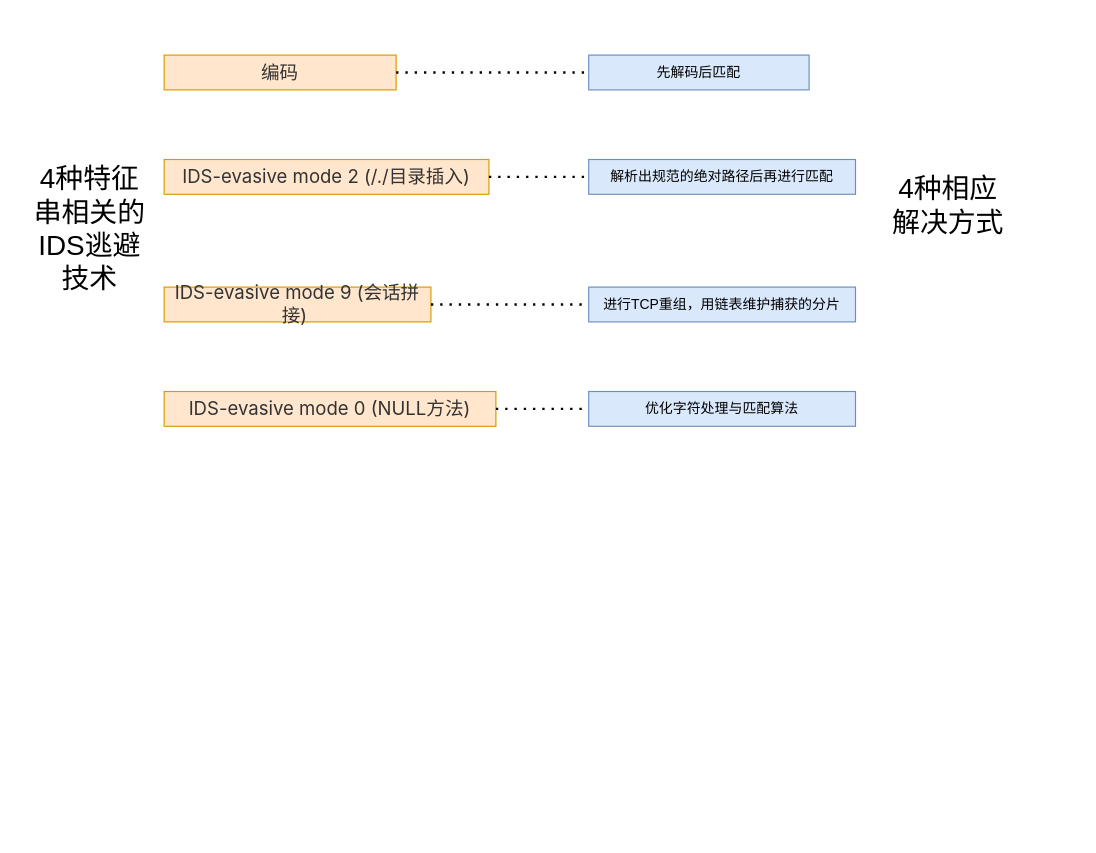
Above: IDS大作业.drawio in AAAdrift/PatternDetection (draw.io), before the change. Source tidied: cells renumbered, new cells numbered last; positions are measured from the earlier drawing's top-left corner, leaving out a move shared by most shapes. Both pictures are drawn from the tidied source at 116%, with x=0, y=0 at pixel (31, 43).
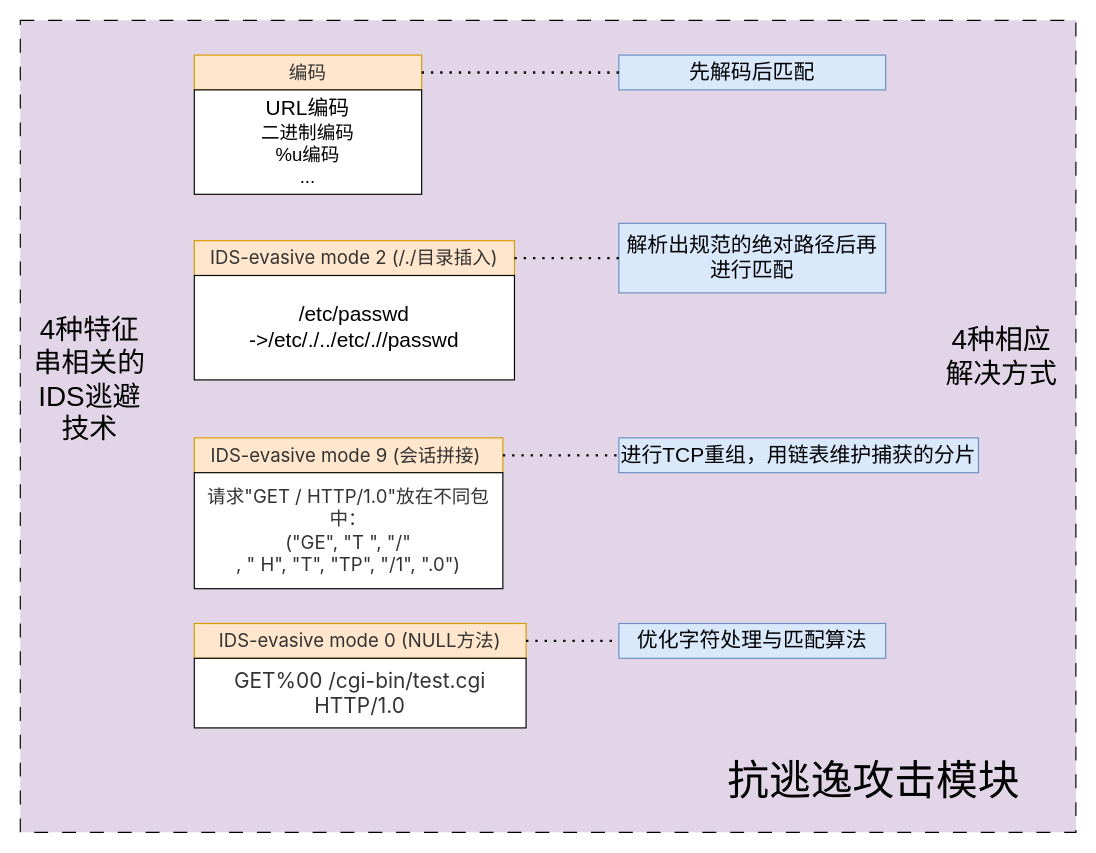
After the change.

Commit message (it also covers changes not shown here):
更新IDS大作业.drawio

The edit, as a diff of the source:
```diff
@@
+    <mxCell id="16" style="rounded=0;whiteSpace=wrap;html=1;fillColor=#e1d5e7;strokeColor=default;dashed=1;dashPattern=12 12;" parent="1" vertex="1">
+      <mxGeometry x="-10" y="-20" width="910" height="700" as="geometry" />
+    </mxCell>
     <mxCell id="2" value="&lt;span style=&quot;color: rgb(51, 51, 51); font-family: -apple-system, BlinkMacSystemFont, &amp;quot;Helvetica Neue&amp;quot;, Helvetica, &amp;quot;Segoe UI&amp;quot;, Arial, Roboto, &amp;quot;PingFang SC&amp;quot;, &amp;quot;Hiragino Sans GB&amp;quot;, &amp;quot;Microsoft Yahei&amp;quot;, sans-serif; font-size: 16px; text-align: start;&quot;&gt;IDS-evasive mode 2 (/./目录插入)&lt;/span&gt;" style="rounded=0;whiteSpace=wrap;html=1;fillColor=#ffe6cc;strokeColor=#d79b00;" parent="1" vertex="1">
-      <mxGeometry x="114" y="100" width="280" height="30" as="geometry" />
+      <mxGeometry x="140" y="170" width="276" height="30" as="geometry" />
     </mxCell>
     <mxCell id="3" value="&lt;span style=&quot;color: rgb(51, 51, 51); font-family: -apple-system, BlinkMacSystemFont, &amp;quot;Helvetica Neue&amp;quot;, Helvetica, &amp;quot;Segoe UI&amp;quot;, Arial, Roboto, &amp;quot;PingFang SC&amp;quot;, &amp;quot;Hiragino Sans GB&amp;quot;, &amp;quot;Microsoft Yahei&amp;quot;, sans-serif; font-size: 16px; text-align: start;&quot;&gt;编码&lt;/span&gt;" style="rounded=0;whiteSpace=wrap;html=1;fillColor=#ffe6cc;strokeColor=#d79b00;" parent="1" vertex="1">
-      <mxGeometry x="114" y="10" width="200" height="30" as="geometry" />
+      <mxGeometry x="140" y="10" width="196" height="30" as="geometry" />
     </mxCell>
     <mxCell id="4" value="&lt;span style=&quot;color: rgb(51, 51, 51); font-family: -apple-system, BlinkMacSystemFont, &amp;quot;Helvetica Neue&amp;quot;, Helvetica, &amp;quot;Segoe UI&amp;quot;, Arial, Roboto, &amp;quot;PingFang SC&amp;quot;, &amp;quot;Hiragino Sans GB&amp;quot;, &amp;quot;Microsoft Yahei&amp;quot;, sans-serif; font-size: 16px; text-align: start;&quot;&gt;IDS-evasive mode 9 (会话拼接)&amp;nbsp;&lt;/span&gt;" style="rounded=0;whiteSpace=wrap;html=1;fillColor=#ffe6cc;strokeColor=#d79b00;" parent="1" vertex="1">
-      <mxGeometry x="114" y="210" width="230" height="30" as="geometry" />
+      <mxGeometry x="140" y="340" width="266" height="30" as="geometry" />
     </mxCell>
     <mxCell id="5" value="&lt;font style=&quot;font-size: 24px;&quot;&gt;4种特征串相关的IDS逃避技术&lt;/font&gt;" style="text;html=1;align=center;verticalAlign=middle;whiteSpace=wrap;rounded=0;" parent="1" vertex="1">
-      <mxGeometry y="20" width="100" height="280" as="geometry" />
+      <mxGeometry y="150" width="100" height="280" as="geometry" />
     </mxCell>
-    <mxCell id="6" value="先解码后匹配" style="rounded=0;whiteSpace=wrap;html=1;fillColor=#dae8fc;strokeColor=#6c8ebf;" parent="1" vertex="1">
-      <mxGeometry x="480" y="10" width="190" height="30" as="geometry" />
+    <mxCell id="6" value="&lt;font style=&quot;font-size: 18px;&quot;&gt;先解码后匹配&lt;/font&gt;" style="rounded=0;whiteSpace=wrap;html=1;fillColor=#dae8fc;strokeColor=#6c8ebf;" parent="1" vertex="1">
+      <mxGeometry x="506" y="10" width="230" height="30" as="geometry" />
     </mxCell>
-    <mxCell id="7" value="解析出规范的绝对路径后再进行匹配" style="rounded=0;whiteSpace=wrap;html=1;fillColor=#dae8fc;strokeColor=#6c8ebf;" parent="1" vertex="1">
-      <mxGeometry x="480" y="100" width="230" height="30" as="geometry" />
+    <mxCell id="7" value="&lt;font style=&quot;font-size: 18px;&quot;&gt;解析出规范的绝对路径后再进行匹配&lt;/font&gt;" style="rounded=0;whiteSpace=wrap;html=1;fillColor=#dae8fc;strokeColor=#6c8ebf;" parent="1" vertex="1">
+      <mxGeometry x="506" y="155" width="230" height="60" as="geometry" />
     </mxCell>
-    <mxCell id="8" value="进行TCP重组，用链表维护捕获的分片" style="rounded=0;whiteSpace=wrap;html=1;fillColor=#dae8fc;strokeColor=#6c8ebf;" parent="1" vertex="1">
-      <mxGeometry x="480" y="210" width="230" height="30" as="geometry" />
+    <mxCell id="8" value="&lt;font style=&quot;font-size: 18px;&quot;&gt;进行TCP重组，用链表维护捕获的分片&lt;/font&gt;" style="rounded=0;whiteSpace=wrap;html=1;fillColor=#dae8fc;strokeColor=#6c8ebf;" parent="1" vertex="1">
+      <mxGeometry x="506" y="340" width="310" height="30" as="geometry" />
     </mxCell>
     <mxCell id="9" value="&lt;span style=&quot;color: rgb(51, 51, 51); font-family: -apple-system, BlinkMacSystemFont, &amp;quot;Helvetica Neue&amp;quot;, Helvetica, &amp;quot;Segoe UI&amp;quot;, Arial, Roboto, &amp;quot;PingFang SC&amp;quot;, &amp;quot;Hiragino Sans GB&amp;quot;, &amp;quot;Microsoft Yahei&amp;quot;, sans-serif; font-size: 16px; text-align: start;&quot;&gt;IDS-evasive mode 0 (NULL方法)&lt;/span&gt;" style="rounded=0;whiteSpace=wrap;html=1;fillColor=#ffe6cc;strokeColor=#d79b00;" parent="1" vertex="1">
-      <mxGeometry x="114" y="300" width="286" height="30" as="geometry" />
+      <mxGeometry x="140" y="500" width="286" height="30" as="geometry" />
     </mxCell>
-    <mxCell id="10" value="优化字符处理与匹配算法" style="rounded=0;whiteSpace=wrap;html=1;fillColor=#dae8fc;strokeColor=#6c8ebf;" parent="1" vertex="1">
-      <mxGeometry x="480" y="300" width="230" height="30" as="geometry" />
+    <mxCell id="10" value="&lt;font style=&quot;font-size: 18px;&quot;&gt;优化字符处理与匹配算法&lt;/font&gt;" style="rounded=0;whiteSpace=wrap;html=1;fillColor=#dae8fc;strokeColor=#6c8ebf;" parent="1" vertex="1">
+      <mxGeometry x="506" y="500" width="230" height="30" as="geometry" />
     </mxCell>
     <mxCell id="11" value="&lt;font style=&quot;font-size: 24px;&quot;&gt;4种相应解决方式&lt;/font&gt;" style="text;html=1;align=center;verticalAlign=middle;whiteSpace=wrap;rounded=0;" parent="1" vertex="1">
-      <mxGeometry x="740" width="100" height="280" as="geometry" />
+      <mxGeometry x="786" y="130" width="100" height="280" as="geometry" />
     </mxCell>
@@
+    <mxCell id="17" value="&lt;font style=&quot;font-size: 18px;&quot;&gt;URL编码&lt;/font&gt;&lt;div&gt;&lt;font size=&quot;3&quot;&gt;二进制编码&lt;/font&gt;&lt;/div&gt;&lt;div&gt;&lt;font size=&quot;3&quot;&gt;%u编码&lt;/font&gt;&lt;/div&gt;&lt;div&gt;&lt;font size=&quot;3&quot;&gt;...&lt;/font&gt;&lt;/div&gt;" style="rounded=0;whiteSpace=wrap;html=1;" parent="1" vertex="1">
+      <mxGeometry x="140" y="40" width="196" height="90" as="geometry" />
+    </mxCell>
+    <mxCell id="18" value="&lt;span style=&quot;font-size: 18px;&quot;&gt;/etc/passwd&lt;/span&gt;&lt;div&gt;&lt;span style=&quot;font-size: 18px;&quot;&gt;-&amp;gt;/etc/./../etc/.//passwd&lt;/span&gt;&lt;/div&gt;" style="rounded=0;whiteSpace=wrap;html=1;" parent="1" vertex="1">
+      <mxGeometry x="140" y="200" width="276" height="90" as="geometry" />
+    </mxCell>
+    <mxCell id="19" value="&lt;span style=&quot;color: rgb(51, 51, 51); font-family: -apple-system, &amp;quot;SF UI Text&amp;quot;, Arial, &amp;quot;PingFang SC&amp;quot;, &amp;quot;Hiragino Sans GB&amp;quot;, &amp;quot;Microsoft YaHei&amp;quot;, &amp;quot;WenQuanYi Micro Hei&amp;quot;, sans-serif, SimHei, SimSun; font-size: 16px; text-align: start; background-color: rgb(255, 255, 255);&quot;&gt;请求&quot;GET / HTTP/1.0&quot;放在不同包中：&lt;/span&gt;&lt;div&gt;&lt;span style=&quot;color: rgb(51, 51, 51); font-family: -apple-system, &amp;quot;SF UI Text&amp;quot;, Arial, &amp;quot;PingFang SC&amp;quot;, &amp;quot;Hiragino Sans GB&amp;quot;, &amp;quot;Microsoft YaHei&amp;quot;, &amp;quot;WenQuanYi Micro Hei&amp;quot;, sans-serif, SimHei, SimSun; font-size: 16px; text-align: start; background-color: rgb(255, 255, 255);&quot;&gt;(&quot;GE&quot;, &quot;T &quot;, &quot;/&quot;&lt;/span&gt;&lt;br style=&quot;box-sizing: border-box; outline: 0px; font-synthesis-style: auto; overflow-wrap: break-word; color: rgb(51, 51, 51); font-family: -apple-system, &amp;quot;SF UI Text&amp;quot;, Arial, &amp;quot;PingFang SC&amp;quot;, &amp;quot;Hiragino Sans GB&amp;quot;, &amp;quot;Microsoft YaHei&amp;quot;, &amp;quot;WenQuanYi Micro Hei&amp;quot;, sans-serif, SimHei, SimSun; font-size: 16px; text-align: start; background-color: rgb(255, 255, 255);&quot;&gt;&lt;span style=&quot;color: rgb(51, 51, 51); font-family: -apple-system, &amp;quot;SF UI Text&amp;quot;, Arial, &amp;quot;PingFang SC&amp;quot;, &amp;quot;Hiragino Sans GB&amp;quot;, &amp;quot;Microsoft YaHei&amp;quot;, &amp;quot;WenQuanYi Micro Hei&amp;quot;, sans-serif, SimHei, SimSun; font-size: 16px; text-align: start; background-color: rgb(255, 255, 255);&quot;&gt;, &quot; H&quot;, &quot;T&quot;, &quot;TP&quot;, &quot;/1&quot;, &quot;.0&quot;)&lt;/span&gt;&lt;/div&gt;" style="rounded=0;whiteSpace=wrap;html=1;" parent="1" vertex="1">
+      <mxGeometry x="140" y="370" width="266" height="100" as="geometry" />
+    </mxCell>
+    <mxCell id="20" value="&lt;span style=&quot;color: rgb(51, 51, 51); font-family: -apple-system, &amp;quot;SF UI Text&amp;quot;, Arial, &amp;quot;PingFang SC&amp;quot;, &amp;quot;Hiragino Sans GB&amp;quot;, &amp;quot;Microsoft YaHei&amp;quot;, &amp;quot;WenQuanYi Micro Hei&amp;quot;, sans-serif, SimHei, SimSun; text-align: start; background-color: rgb(255, 255, 255);&quot;&gt;&lt;font style=&quot;font-size: 18px;&quot;&gt;GET%00 /cgi-bin/test.cgi HTTP/1.0&lt;/font&gt;&lt;/span&gt;" style="rounded=0;whiteSpace=wrap;html=1;" parent="1" vertex="1">
+      <mxGeometry x="140" y="530" width="286" height="60" as="geometry" />
+    </mxCell>
+    <mxCell id="21" value="&lt;font style=&quot;font-size: 36px;&quot;&gt;抗逃逸攻击模块&lt;/font&gt;" style="text;html=1;align=center;verticalAlign=middle;whiteSpace=wrap;rounded=0;" parent="1" vertex="1">
+      <mxGeometry x="566" y="600" width="320" height="70" as="geometry" />
+    </mxCell>
```
